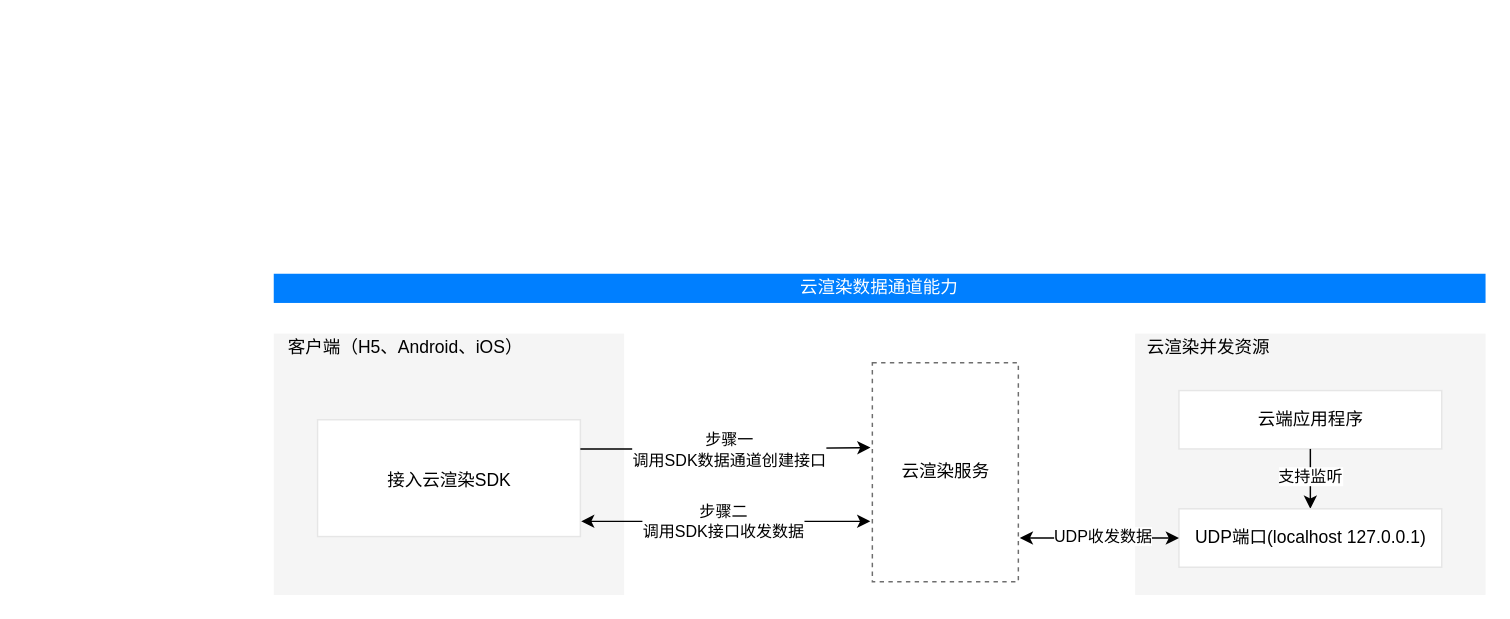
This is 未命名绘图.drawio from 2015302580336/cloud_rendering, a draw.io file, before an edit. Source tidied: cells renumbered, new cells numbered last; positions are measured from the earlier drawing's top-left corner, leaving out a move shared by most shapes. Both pictures are drawn from the tidied source at 146%, with x=0, y=0 at pixel (273, 273).
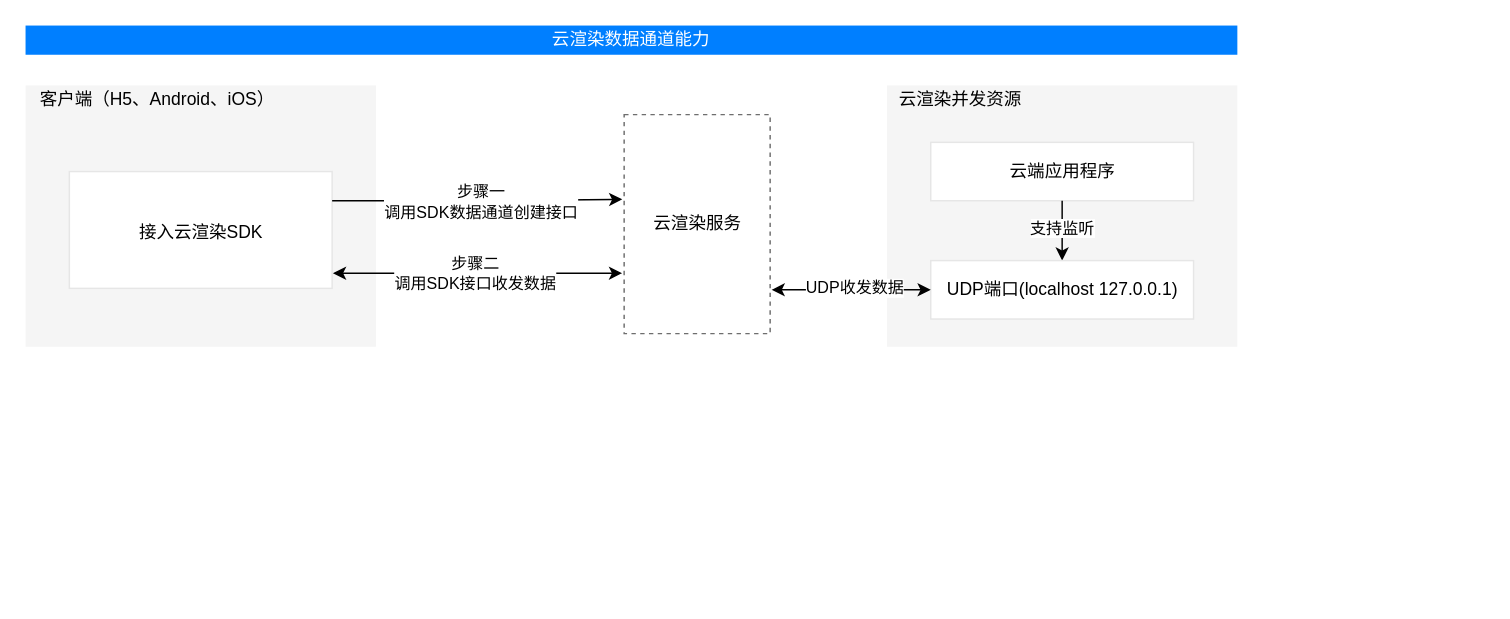
The same diagram, later.

Commit message:
Update 未命名绘图.drawio

Unchanged cells that the change refers to:
```xml
<mxCell id="7" style="rounded=0;whiteSpace=wrap;html=1;labelBackgroundColor=none;fontColor=#B3B3B3;strokeColor=#E6E6E6;" parent="6" vertex="1">
  <mxGeometry width="180" height="40" as="geometry" />
</mxCell>
<mxCell id="12" style="rounded=0;whiteSpace=wrap;html=1;labelBackgroundColor=none;fontColor=#B3B3B3;strokeColor=#E6E6E6;" parent="11" vertex="1">
  <mxGeometry width="180" height="40" as="geometry" />
</mxCell>
<mxCell id="18" style="rounded=0;whiteSpace=wrap;html=1;labelBackgroundColor=none;fontColor=#B3B3B3;strokeColor=#6E6E6E;fillColor=none;dashed=1;fixDash=0;" parent="17" vertex="1">
  <mxGeometry width="100" height="150" as="geometry" />
</mxCell>
<mxCell id="21" style="rounded=0;whiteSpace=wrap;html=1;labelBackgroundColor=none;fontColor=#B3B3B3;strokeColor=#E6E6E6;" parent="20" vertex="1">
  <mxGeometry width="180" height="80" as="geometry" />
</mxCell>
```

The edit, as a diff of the source:
```diff
@@
+    <mxCell id="27" style="group;" parent="1" vertex="1">
+      <mxGeometry x="-170" y="-170" width="830" height="220" as="geometry" />
+    </mxCell>
-    <mxCell id="2" style="rounded=0;whiteSpace=wrap;html=1;fillColor=#f5f5f5;strokeColor=none;fontColor=#333333;" parent="1" vertex="1">
+    <mxCell id="2" style="rounded=0;whiteSpace=wrap;html=1;fillColor=#f5f5f5;strokeColor=none;fontColor=#333333;" parent="27" vertex="1">
       <mxGeometry y="41" width="240" height="179" as="geometry" />
     </mxCell>
-    <mxCell id="3" style="rounded=0;whiteSpace=wrap;html=1;fillColor=#f5f5f5;strokeColor=none;fontColor=#333333;" parent="1" vertex="1">
+    <mxCell id="3" style="rounded=0;whiteSpace=wrap;html=1;fillColor=#f5f5f5;strokeColor=none;fontColor=#333333;" parent="27" vertex="1">
       <mxGeometry x="590" y="41" width="240" height="179" as="geometry" />
     </mxCell>
-    <mxCell id="4" value="客户端（H5、Android、iOS）" style="text;html=1;align=center;verticalAlign=middle;fillColor=none;strokeColor=none;rounded=0;" parent="1" vertex="1">
+    <mxCell id="4" value="客户端（H5、Android、iOS）" style="text;html=1;align=center;verticalAlign=middle;fillColor=none;strokeColor=none;rounded=0;" parent="27" vertex="1">
       <mxGeometry y="41" width="180" height="20" as="geometry" />
     </mxCell>
-    <mxCell id="5" value="云渲染并发资源" style="text;html=1;align=center;verticalAlign=middle;fillColor=none;strokeColor=none;rounded=0;rotation=0;" parent="1" vertex="1">
+    <mxCell id="5" value="云渲染并发资源" style="text;html=1;align=center;verticalAlign=middle;fillColor=none;strokeColor=none;rounded=0;rotation=0;" parent="27" vertex="1">
       <mxGeometry x="590" y="41" width="100" height="20" as="geometry" />
     </mxCell>
-    <mxCell id="6" style="group;" parent="1" vertex="1">
+    <mxCell id="6" style="group;" parent="27" vertex="1">
       <mxGeometry x="620" y="80" width="180" height="40" as="geometry" />
     </mxCell>
@@
-    <mxCell id="9" style="edgeStyle=orthogonalEdgeStyle;rounded=0;jettySize=auto;html=1;exitX=0.5;exitY=1;exitDx=0;exitDy=0;entryX=0.5;entryY=0;entryDx=0;entryDy=0;fontColor=#B3B3B3;" parent="1" edge="1" source="7" target="12">
+    <mxCell id="9" style="edgeStyle=orthogonalEdgeStyle;rounded=0;jettySize=auto;html=1;exitX=0.5;exitY=1;exitDx=0;exitDy=0;entryX=0.5;entryY=0;entryDx=0;entryDy=0;fontColor=#B3B3B3;" parent="27" edge="1" source="7" target="12">
       <mxGeometry relative="1" as="geometry" />
     </mxCell>
@@
-    <mxCell id="11" style="group;" parent="1" vertex="1">
+    <mxCell id="11" style="group;" parent="27" vertex="1">
       <mxGeometry x="620" y="161" width="180" height="40" as="geometry" />
     </mxCell>
@@
-    <mxCell id="14" style="endArrow=classic;startArrow=classic;html=1;rounded=0;fontColor=#B3B3B3;entryX=-0.014;entryY=0.724;entryDx=0;entryDy=0;exitX=1.003;exitY=0.87;exitDx=0;exitDy=0;exitPerimeter=0;entryPerimeter=0;" parent="1" edge="1" source="21" target="18">
-      <mxGeometry relative="1" as="geometry" />
-    </mxCell>
-    <mxCell id="15" value="步骤二&lt;br&gt;调用SDK接口收发数据" style="edgeLabel;html=1;align=center;verticalAlign=middle;fontColor=#000000;" parent="14" vertex="1">
-      <mxGeometry x="-0.21" y="-1" relative="1" as="geometry">
-        <mxPoint x="19" y="-1" as="offset" />
-      </mxGeometry>
-    </mxCell>
-    <mxCell id="16" value="&lt;font color=&quot;#ffffff&quot;&gt;云渲染数据通道能力&lt;/font&gt;" style="rounded=0;whiteSpace=wrap;html=1;labelBackgroundColor=none;fontColor=#B3B3B3;strokeColor=none;fillColor=#007FFF;" parent="1" vertex="1">
+    <mxCell id="16" value="&lt;font color=&quot;#ffffff&quot;&gt;云渲染数据通道能力&lt;/font&gt;" style="rounded=0;whiteSpace=wrap;html=1;labelBackgroundColor=none;fontColor=#B3B3B3;strokeColor=none;fillColor=#007FFF;" parent="27" vertex="1">
       <mxGeometry width="830" height="20" as="geometry" />
     </mxCell>
-    <mxCell id="17" style="group;" parent="1" vertex="1">
+    <mxCell id="17" style="group;" parent="27" vertex="1">
       <mxGeometry x="410" y="61" width="100" height="150" as="geometry" />
     </mxCell>
@@
-    <mxCell id="20" style="group;imageAlign=center;imageVerticalAlign=middle;" parent="1" vertex="1">
+    <mxCell id="20" style="group;imageAlign=center;imageVerticalAlign=middle;" parent="27" vertex="1">
       <mxGeometry x="30" y="100" width="180" height="80" as="geometry" />
     </mxCell>
@@
-    <mxCell id="23" style="edgeStyle=orthogonalEdgeStyle;rounded=0;jettySize=auto;html=1;exitX=1;exitY=0.25;exitDx=0;exitDy=0;entryX=-0.013;entryY=0.387;entryDx=0;entryDy=0;entryPerimeter=0;fontColor=#000000;" parent="1" edge="1" source="21" target="18">
+    <mxCell id="23" style="edgeStyle=orthogonalEdgeStyle;rounded=0;jettySize=auto;html=1;exitX=1;exitY=0.25;exitDx=0;exitDy=0;entryX=-0.013;entryY=0.387;entryDx=0;entryDy=0;entryPerimeter=0;fontColor=#000000;" parent="27" edge="1" source="21" target="18">
       <mxGeometry relative="1" as="geometry" />
     </mxCell>
@@
+    <mxCell id="14" style="endArrow=classic;startArrow=classic;html=1;rounded=0;fontColor=#B3B3B3;entryX=-0.014;entryY=0.724;entryDx=0;entryDy=0;exitX=1.003;exitY=0.87;exitDx=0;exitDy=0;exitPerimeter=0;entryPerimeter=0;" parent="27" edge="1" source="21" target="18">
+      <mxGeometry relative="1" as="geometry" />
+    </mxCell>
+    <mxCell id="15" value="步骤二&lt;br&gt;调用SDK接口收发数据" style="edgeLabel;html=1;align=center;verticalAlign=middle;fontColor=#000000;" parent="14" vertex="1">
+      <mxGeometry x="-0.21" y="-1" relative="1" as="geometry">
+        <mxPoint x="19" y="-1" as="offset" />
+      </mxGeometry>
+    </mxCell>
-    <mxCell id="25" style="edgeStyle=orthogonalEdgeStyle;rounded=0;jettySize=auto;html=1;exitX=0;exitY=0.5;exitDx=0;exitDy=0;entryX=1.01;entryY=0.8;entryDx=0;entryDy=0;entryPerimeter=0;fontColor=#000000;startArrow=classic;startFill=1;" parent="1" edge="1" source="12" target="18">
+    <mxCell id="25" style="edgeStyle=orthogonalEdgeStyle;rounded=0;jettySize=auto;html=1;exitX=0;exitY=0.5;exitDx=0;exitDy=0;entryX=1.01;entryY=0.8;entryDx=0;entryDy=0;entryPerimeter=0;fontColor=#000000;startArrow=classic;startFill=1;" parent="27" edge="1" source="12" target="18">
       <mxGeometry relative="1" as="geometry" />
     </mxCell>
```
